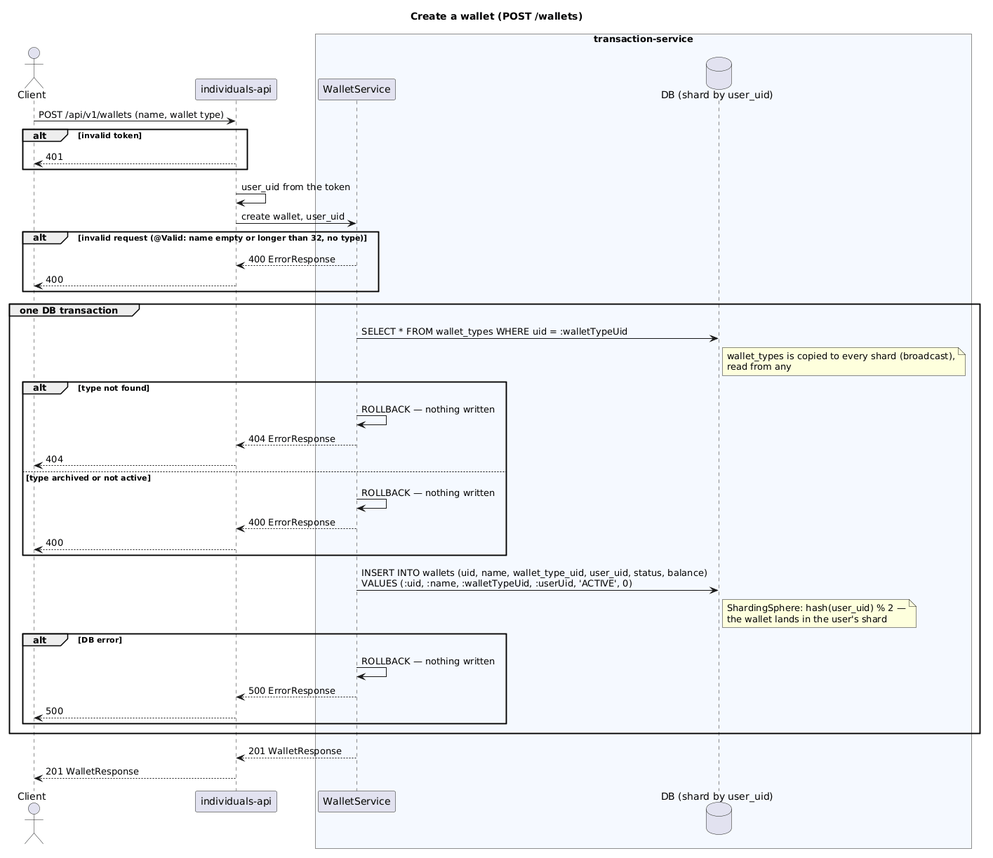
This is transaction-service/diagrams-c4/png/en/sequence-wallet-create.png from dezxxx/payment-platform, a PlantUML export, as it was before one commit.
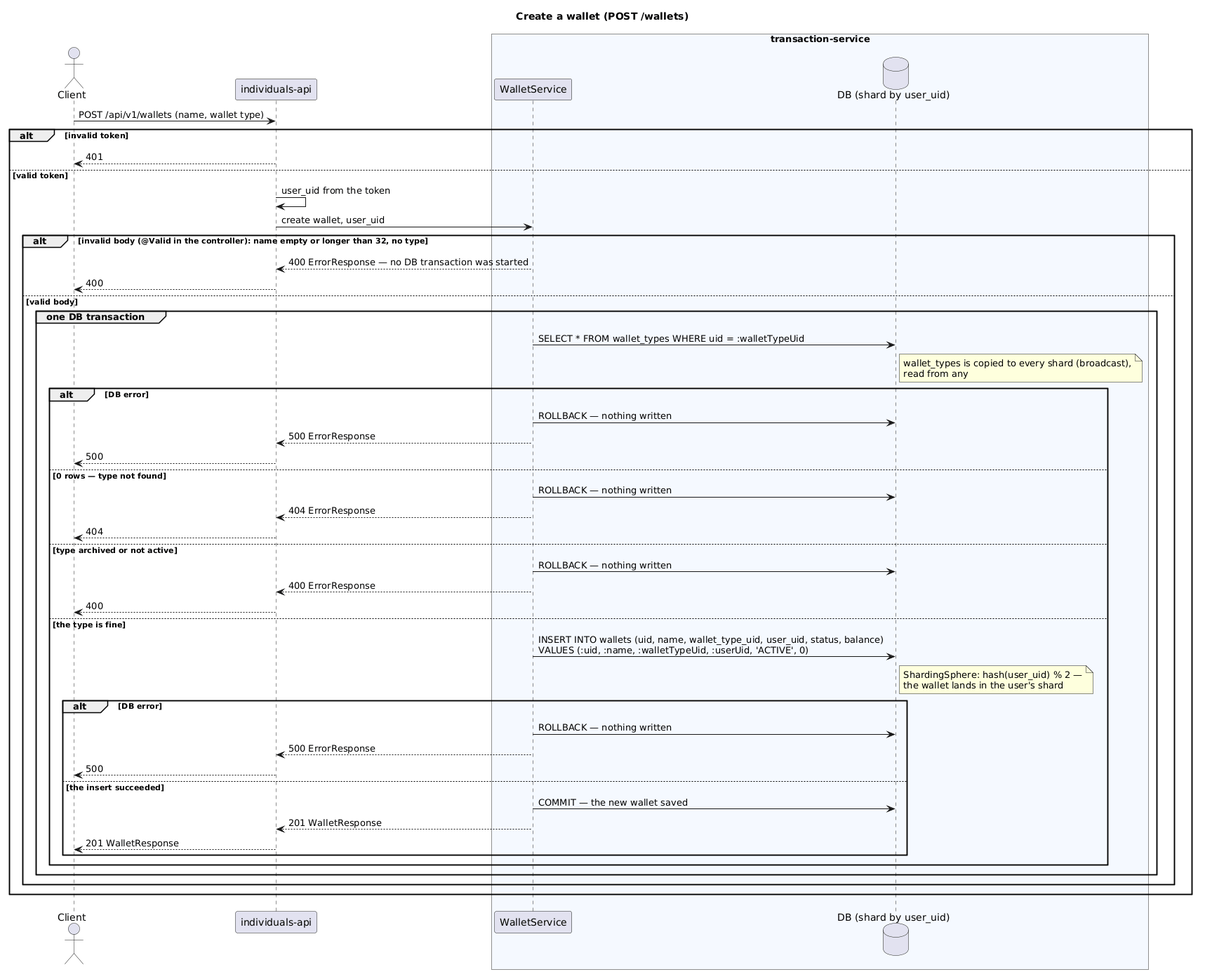
Above is the later version.

Change to the diagram source:
```diff
@@ -11,39 +11,48 @@
 Client -> IA: POST /api/v1/wallets (name, wallet type)
 alt invalid token
     IA --> Client: 401
-end
-IA -> IA: user_uid from the token
-IA -> WS: create wallet, user_uid
-alt invalid request (@Valid: name empty or longer than 32, no type)
-    WS --> IA: 400 ErrorResponse
-    IA --> Client: 400
-end
-group one DB transaction
-    WS -> DB: SELECT * FROM wallet_types WHERE uid = :walletTypeUid
-    note right of DB
-      wallet_types is copied to every shard (broadcast),
-      read from any
-    end note
-    alt type not found
-        WS -> WS: ROLLBACK — nothing written
-        WS --> IA: 404 ErrorResponse
-        IA --> Client: 404
-    else type archived or not active
-        WS -> WS: ROLLBACK — nothing written
-        WS --> IA: 400 ErrorResponse
+else valid token
+    IA -> IA: user_uid from the token
+    IA -> WS: create wallet, user_uid
+    alt invalid body (@Valid in the controller): name empty or longer than 32, no type
+        WS --> IA: 400 ErrorResponse — no DB transaction was started
         IA --> Client: 400
-    end
-    WS -> DB: INSERT INTO wallets (uid, name, wallet_type_uid, user_uid, status, balance)\nVALUES (:uid, :name, :walletTypeUid, :userUid, 'ACTIVE', 0)
-    note right of DB
-      ShardingSphere: hash(user_uid) % 2 —
-      the wallet lands in the user's shard
-    end note
-    alt DB error
-        WS -> WS: ROLLBACK — nothing written
-        WS --> IA: 500 ErrorResponse
-        IA --> Client: 500
+    else valid body
+        group one DB transaction
+            WS -> DB: SELECT * FROM wallet_types WHERE uid = :walletTypeUid
+            note right of DB
+              wallet_types is copied to every shard (broadcast),
+              read from any
+            end note
+            alt DB error
+                WS -> DB: ROLLBACK — nothing written
+                WS --> IA: 500 ErrorResponse
+                IA --> Client: 500
+            else 0 rows — type not found
+                WS -> DB: ROLLBACK — nothing written
+                WS --> IA: 404 ErrorResponse
+                IA --> Client: 404
+            else type archived or not active
+                WS -> DB: ROLLBACK — nothing written
+                WS --> IA: 400 ErrorResponse
+                IA --> Client: 400
+            else the type is fine
+                WS -> DB: INSERT INTO wallets (uid, name, wallet_type_uid, user_uid, status, balance)\nVALUES (:uid, :name, :walletTypeUid, :userUid, 'ACTIVE', 0)
+                note right of DB
+                  ShardingSphere: hash(user_uid) % 2 —
+                  the wallet lands in the user's shard
+                end note
+                alt DB error
+                    WS -> DB: ROLLBACK — nothing written
+                    WS --> IA: 500 ErrorResponse
+                    IA --> Client: 500
+                else the insert succeeded
+                    WS -> DB: COMMIT — the new wallet saved
+                    WS --> IA: 201 WalletResponse
+                    IA --> Client: 201 WalletResponse
+                end
+            end
+        end
     end
 end
-WS --> IA: 201 WalletResponse
-IA --> Client: 201 WalletResponse
 @enduml
```
